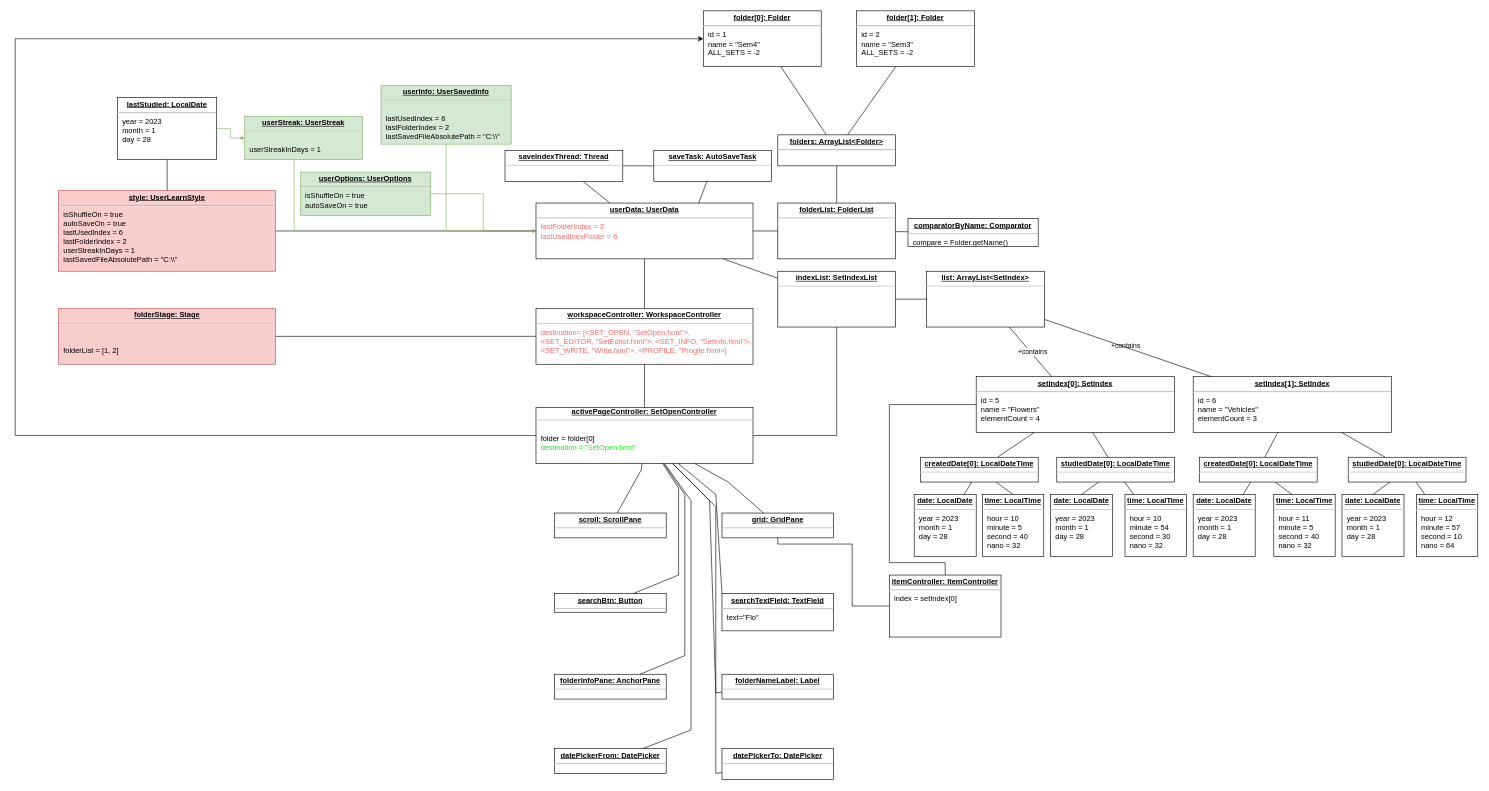
Earlier version of the draw.io diagram page "Objects" (1 of 2) of Uml/ObjectDiagram.drawio (MouseCreator/Labs2course-UML1a). Source tidied: cells renumbered, new cells numbered last; positions are measured from the earlier drawing's top-left corner, leaving out a move shared by most shapes. Both pictures are drawn from the tidied source at 62%, with x=0, y=0 at pixel (15, 11).
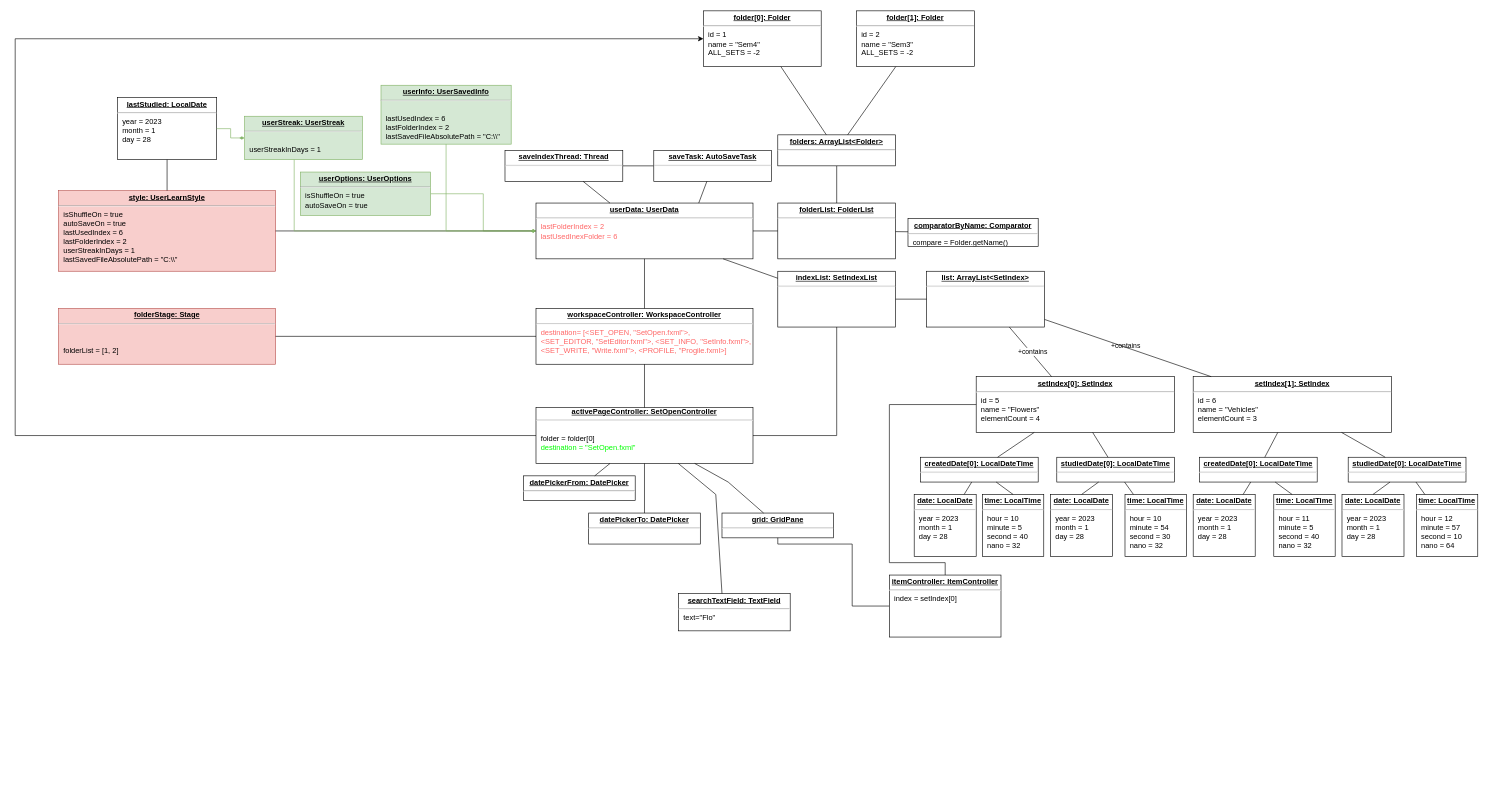
Above is the later version.

The change refers to these unchanged cells:
```xml
<mxCell id="4" value="&lt;div style=&quot;text-align: center;&quot;&gt;&lt;b style=&quot;background-color: initial; border-color: var(--border-color);&quot;&gt;&lt;u&gt;activePageController:&amp;nbsp;&lt;b style=&quot;background-color: initial;&quot;&gt;SetOpenController&lt;/b&gt;&lt;/u&gt;&lt;/b&gt;&lt;/div&gt;&lt;hr&gt;&lt;p style=&quot;margin:0px;margin-left:8px;&quot;&gt;&lt;br&gt;&lt;/p&gt;&lt;p style=&quot;margin:0px;margin-left:8px;&quot;&gt;folder = folder[0]&lt;/p&gt;&lt;p style=&quot;margin:0px;margin-left:8px;&quot;&gt;&lt;font color=&quot;#00ff00&quot;&gt;destination = &quot;SetOpen.fxml&quot;&lt;/font&gt;&lt;/p&gt;" style="verticalAlign=top;align=left;overflow=fill;fontSize=12;fontFamily=Helvetica;html=1;" parent="1" vertex="1">
  <mxGeometry x="840" y="640" width="350" height="90" as="geometry" />
</mxCell>
```

The edit, as a diff of the source:
```diff
@@
-    <mxCell id="65" value="&lt;p style=&quot;margin:0px;margin-top:4px;text-align:center;text-decoration:underline;&quot;&gt;&lt;b&gt;scroll: ScrollPane&lt;/b&gt;&lt;/p&gt;&lt;hr&gt;&lt;p style=&quot;margin:0px;margin-left:8px;&quot;&gt;&lt;br&gt;&lt;/p&gt;" style="verticalAlign=top;align=left;overflow=fill;fontSize=12;fontFamily=Helvetica;html=1;" parent="1" vertex="1">
-      <mxGeometry x="870" y="810" width="180" height="40" as="geometry" />
-    </mxCell>
-    <mxCell id="66" value="&lt;p style=&quot;margin:0px;margin-top:4px;text-align:center;text-decoration:underline;&quot;&gt;&lt;b&gt;searchBtn: Button&lt;/b&gt;&lt;/p&gt;&lt;hr&gt;&lt;p style=&quot;margin:0px;margin-left:8px;&quot;&gt;&lt;br&gt;&lt;/p&gt;&lt;p style=&quot;margin:0px;margin-left:8px;&quot;&gt;&lt;br&gt;&lt;/p&gt;" style="verticalAlign=top;align=left;overflow=fill;fontSize=12;fontFamily=Helvetica;html=1;" parent="1" vertex="1">
-      <mxGeometry x="870" y="940" width="180" height="30" as="geometry" />
-    </mxCell>
     <mxCell id="67" value="&lt;p style=&quot;margin:0px;margin-top:4px;text-align:center;text-decoration:underline;&quot;&gt;&lt;b&gt;searchTextField: TextField&lt;/b&gt;&lt;/p&gt;&lt;hr&gt;&lt;p style=&quot;margin:0px;margin-left:8px;&quot;&gt;text=&quot;Flo&quot;&lt;/p&gt;" style="verticalAlign=top;align=left;overflow=fill;fontSize=12;fontFamily=Helvetica;html=1;" parent="1" vertex="1">
-      <mxGeometry x="1140" y="940" width="180" height="60" as="geometry" />
+      <mxGeometry x="1070" y="940" width="180" height="60" as="geometry" />
     </mxCell>
-    <mxCell id="68" value="&lt;p style=&quot;margin:0px;margin-top:4px;text-align:center;text-decoration:underline;&quot;&gt;&lt;b&gt;folderInfoPane: AnchorPane&lt;/b&gt;&lt;/p&gt;&lt;hr&gt;&lt;p style=&quot;margin:0px;margin-left:8px;&quot;&gt;&lt;br&gt;&lt;/p&gt;&lt;p style=&quot;margin:0px;margin-left:8px;&quot;&gt;&lt;br&gt;&lt;/p&gt;" style="verticalAlign=top;align=left;overflow=fill;fontSize=12;fontFamily=Helvetica;html=1;" parent="1" vertex="1">
-      <mxGeometry x="870" y="1070" width="180" height="40" as="geometry" />
-    </mxCell>
-    <mxCell id="69" value="&lt;p style=&quot;margin:0px;margin-top:4px;text-align:center;text-decoration:underline;&quot;&gt;&lt;b&gt;folderNameLabel: Label&lt;/b&gt;&lt;/p&gt;&lt;hr&gt;&lt;p style=&quot;margin:0px;margin-left:8px;&quot;&gt;&lt;br&gt;&lt;/p&gt;&lt;p style=&quot;margin:0px;margin-left:8px;&quot;&gt;&lt;br&gt;&lt;/p&gt;" style="verticalAlign=top;align=left;overflow=fill;fontSize=12;fontFamily=Helvetica;html=1;" parent="1" vertex="1">
-      <mxGeometry x="1140" y="1070" width="180" height="40" as="geometry" />
-    </mxCell>
     <mxCell id="70" value="&lt;p style=&quot;margin:0px;margin-top:4px;text-align:center;text-decoration:underline;&quot;&gt;&lt;b&gt;datePickerFrom: DatePicker&lt;/b&gt;&lt;/p&gt;&lt;hr&gt;&lt;p style=&quot;margin:0px;margin-left:8px;&quot;&gt;&lt;br&gt;&lt;/p&gt;&lt;p style=&quot;margin:0px;margin-left:8px;&quot;&gt;&lt;br&gt;&lt;/p&gt;" style="verticalAlign=top;align=left;overflow=fill;fontSize=12;fontFamily=Helvetica;html=1;" parent="1" vertex="1">
-      <mxGeometry x="870" y="1190" width="180" height="40" as="geometry" />
+      <mxGeometry x="820" y="750" width="180" height="40" as="geometry" />
     </mxCell>
     <mxCell id="71" value="&lt;p style=&quot;margin:0px;margin-top:4px;text-align:center;text-decoration:underline;&quot;&gt;&lt;b&gt;datePickerTo: DatePicker&lt;/b&gt;&lt;/p&gt;&lt;hr&gt;&lt;p style=&quot;margin:0px;margin-left:8px;&quot;&gt;&lt;br&gt;&lt;/p&gt;&lt;p style=&quot;margin:0px;margin-left:8px;&quot;&gt;&lt;br&gt;&lt;/p&gt;" style="verticalAlign=top;align=left;overflow=fill;fontSize=12;fontFamily=Helvetica;html=1;" parent="1" vertex="1">
-      <mxGeometry x="1140" y="1190" width="180" height="50" as="geometry" />
+      <mxGeometry x="925" y="810" width="180" height="50" as="geometry" />
     </mxCell>
-    <mxCell id="72" style="edgeStyle=none;jettySize=auto;html=1;rounded=0;endArrow=none;endFill=0;" parent="1" edge="1" source="65" target="4">
-      <mxGeometry relative="1" as="geometry">
-        <Array as="points">
-          <mxPoint x="1010" y="740" />
-        </Array>
-      </mxGeometry>
-    </mxCell>
-    <mxCell id="73" style="edgeStyle=none;jettySize=auto;html=1;rounded=0;endArrow=none;endFill=0;" parent="1" edge="1" source="66" target="4">
-      <mxGeometry relative="1" as="geometry">
-        <Array as="points">
-          <mxPoint x="1070" y="910" />
-          <mxPoint x="1070" y="770" />
-        </Array>
-      </mxGeometry>
-    </mxCell>
-    <mxCell id="74" style="edgeStyle=none;jettySize=auto;html=1;rounded=0;endArrow=none;endFill=0;" parent="1" edge="1" source="68" target="4">
-      <mxGeometry relative="1" as="geometry">
-        <Array as="points">
-          <mxPoint x="1080" y="1040" />
-          <mxPoint x="1080" y="780" />
-        </Array>
-      </mxGeometry>
-    </mxCell>
     <mxCell id="75" style="edgeStyle=none;jettySize=auto;html=1;rounded=0;endArrow=none;endFill=0;" parent="1" edge="1" source="70" target="4">
-      <mxGeometry relative="1" as="geometry">
-        <Array as="points">
-          <mxPoint x="1090" y="1160" />
-          <mxPoint x="1090" y="790" />
-        </Array>
-      </mxGeometry>
+      <mxGeometry relative="1" as="geometry" />
     </mxCell>
@@
-    <mxCell id="78" style="edgeStyle=none;jettySize=auto;html=1;rounded=0;endArrow=none;endFill=0;" parent="1" edge="1" source="69" target="4">
-      <mxGeometry relative="1" as="geometry">
-        <Array as="points">
-          <mxPoint x="1130" y="1100" />
-          <mxPoint x="1120" y="790" />
-        </Array>
-      </mxGeometry>
-    </mxCell>
     <mxCell id="79" style="edgeStyle=none;jettySize=auto;html=1;rounded=0;endArrow=none;endFill=0;" parent="1" edge="1" source="71" target="4">
-      <mxGeometry relative="1" as="geometry">
-        <Array as="points">
-          <mxPoint x="1130" y="1230" />
-          <mxPoint x="1130" y="800" />
-        </Array>
-      </mxGeometry>
+      <mxGeometry relative="1" as="geometry" />
     </mxCell>
```
